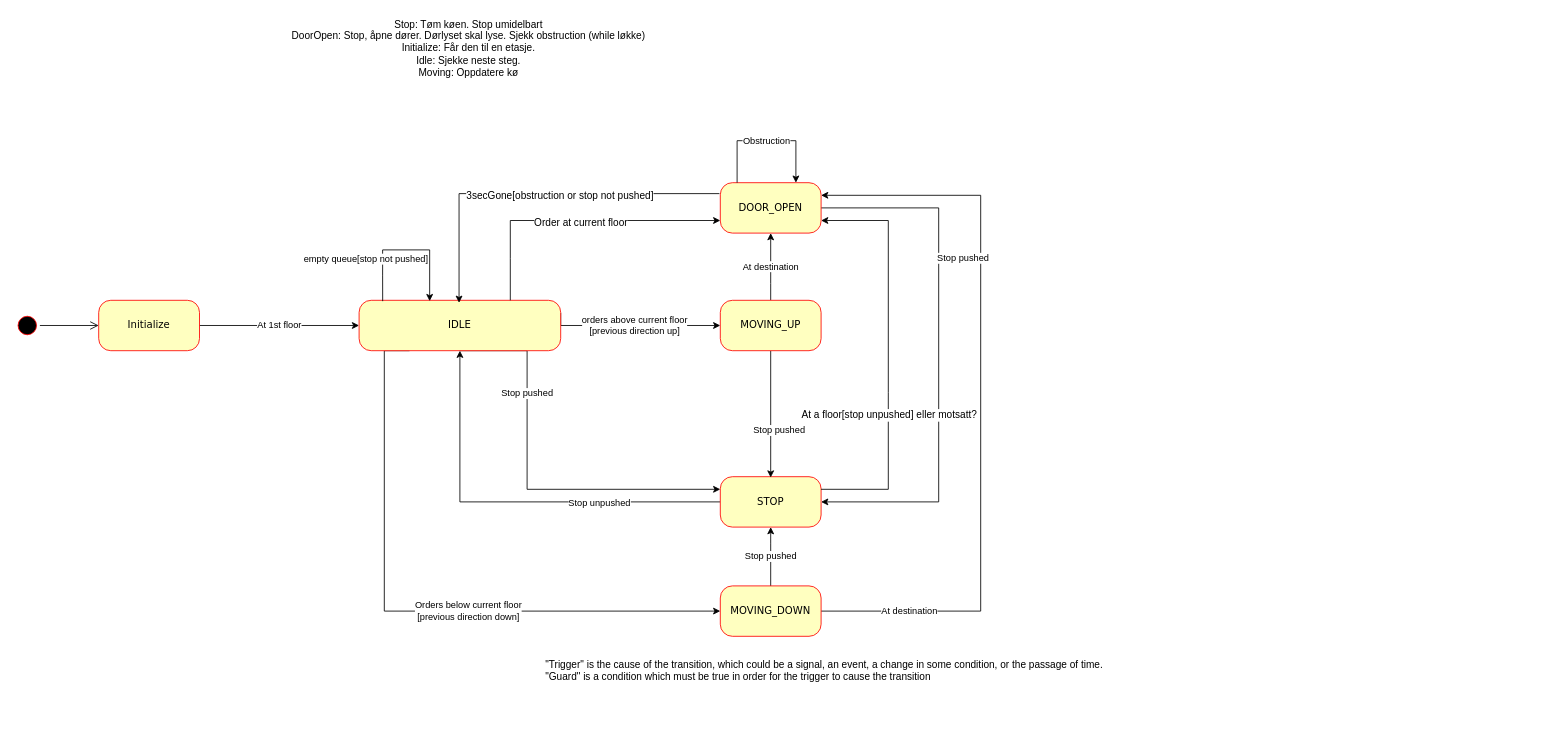
Above: Tilstandsdiagram.drawio in aurorami1211/heilab (draw.io), before the change. Source tidied: cells renumbered, new cells numbered last; positions are measured from the earlier drawing's top-left corner, leaving out a move shared by most shapes. Both pictures are drawn from the tidied source at 84%, with x=0, y=0 at pixel (14, 14).
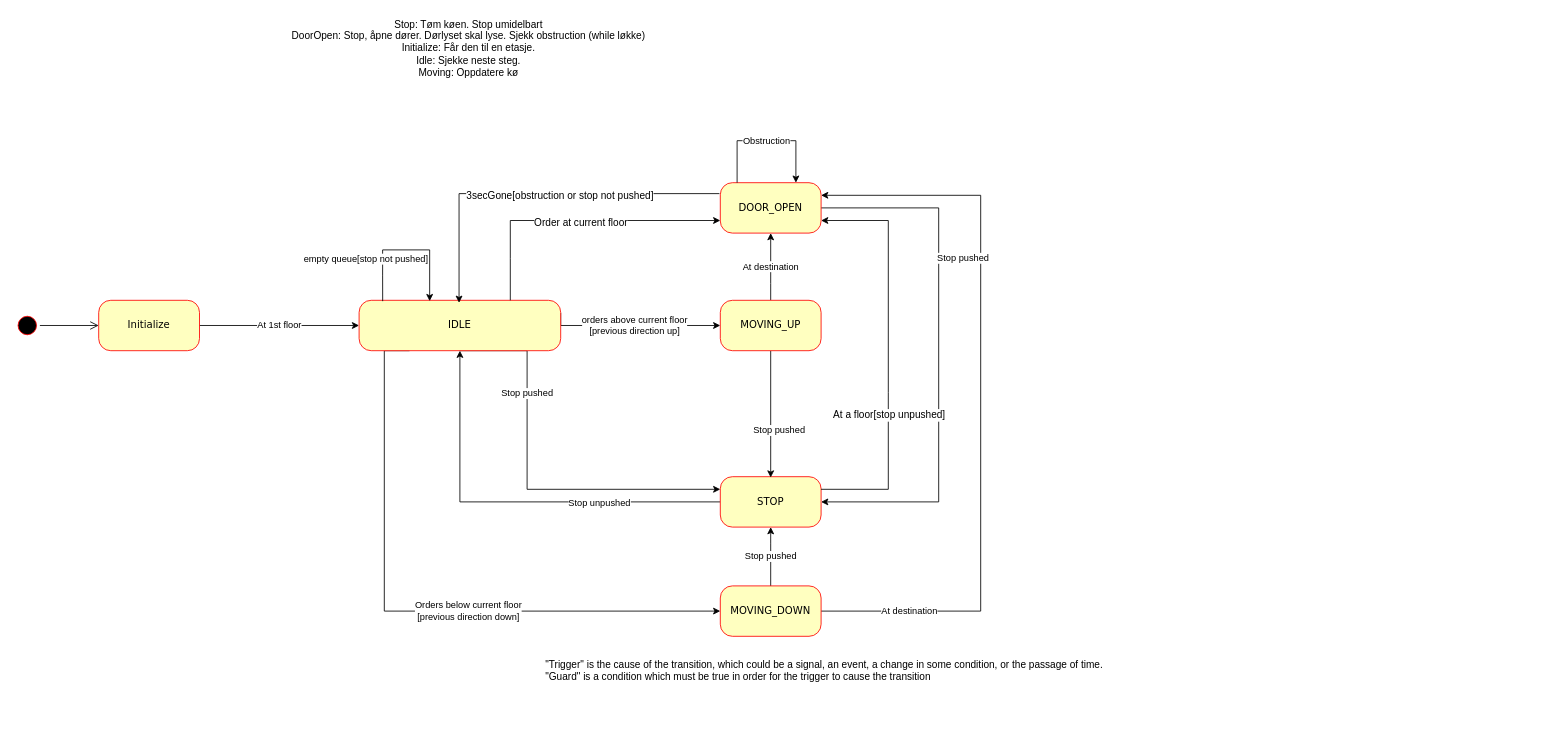
The same page after the edit.

The change refers to these unchanged cells:
```xml
<mxCell id="28" style="endArrow=classic;html=1;exitX=1;exitY=0.25;exitDx=0;exitDy=0;entryX=1;entryY=0.75;entryDx=0;entryDy=0;rounded=0;" parent="1" edge="1" source="13" target="17">
  <mxGeometry relative="1" as="geometry">
    <Array as="points">
      <mxPoint x="1040" y="565" />
      <mxPoint x="1040" y="450" />
      <mxPoint x="1040" y="245" />
    </Array>
  </mxGeometry>
</mxCell>
```

What changed in the source:
```diff
@@
-    <mxCell id="29" value="At a floor[stop unpushed] eller motsatt?" style="text;html=1;align=center;verticalAlign=middle;labelBackgroundColor=#ffffff;" parent="28" vertex="1">
+    <mxCell id="29" value="At a floor[stop unpushed]" style="text;html=1;align=center;verticalAlign=middle;labelBackgroundColor=#ffffff;" parent="28" vertex="1">
       <mxGeometry x="-0.57" y="66" relative="1" as="geometry">
         <mxPoint x="66" y="-66" as="offset" />
       </mxGeometry>
     </mxCell>
```
